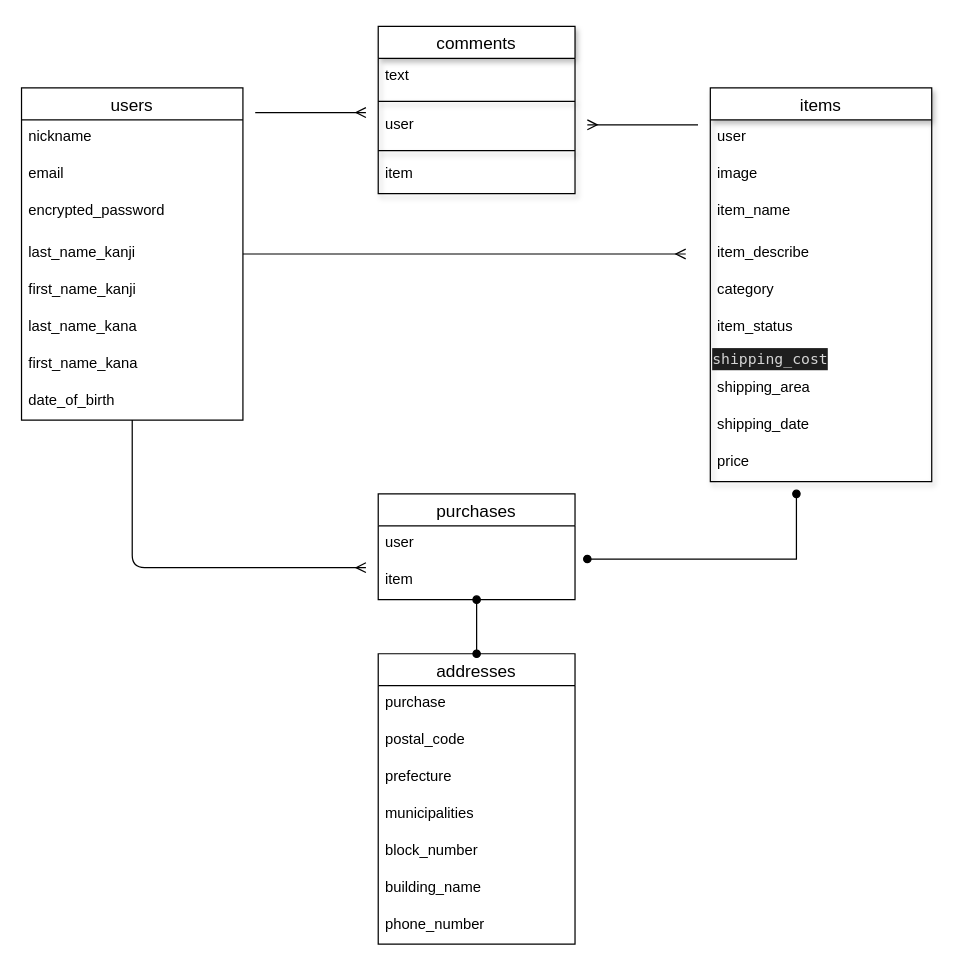
Earlier version of the draw.io diagram page "ページ1" (1 of 2) of furima.dio (taka-0713/furima-32616). Source tidied: cells renumbered, new cells numbered last; positions are measured from the earlier drawing's top-left corner, leaving out a move shared by most shapes. Both pictures are drawn from the tidied source at 123%, with x=0, y=0 at pixel (21, 26).
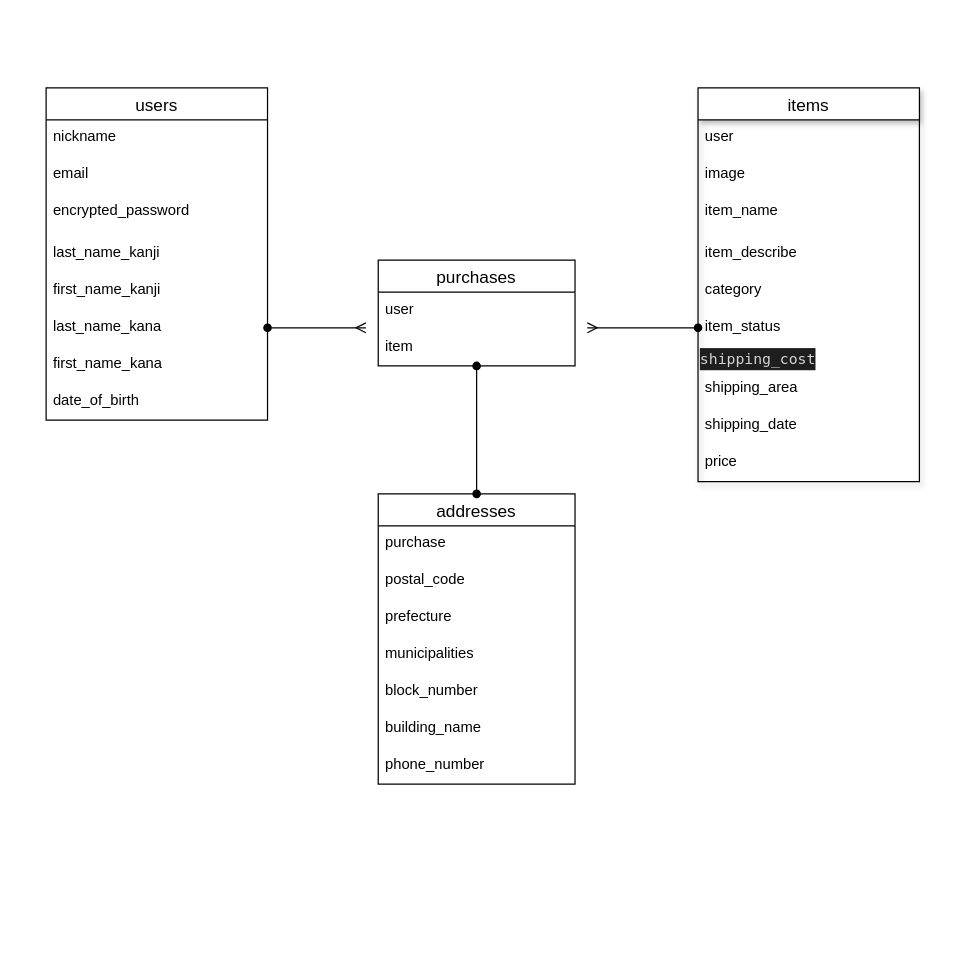
The same diagram, later.

Commit message (it also covers changes not shown here):
データベース設計(修正5回目)

The change refers to these unchanged cells:
```xml
<mxCell id="8" value="item_status" style="text;strokeColor=none;fillColor=none;spacingLeft=4;spacingRight=4;overflow=hidden;points=[[0,0.5],[1,0.5]];portConstraint=eastwest;fontSize=12;rounded=0;sketch=0;" parent="2" vertex="1">
  <mxGeometry y="180" width="180" height="30" as="geometry" />
</mxCell>
<mxCell id="22" value="last_name_kana" style="text;strokeColor=none;fillColor=none;spacingLeft=4;spacingRight=4;overflow=hidden;points=[[0,0.5],[1,0.5]];portConstraint=eastwest;fontSize=12;rounded=0;sketch=0;" parent="16" vertex="1">
  <mxGeometry y="180" width="180" height="30" as="geometry" />
</mxCell>
```

Diff of the diagram source:
```diff
@@
     <mxCell id="2" value="items" style="swimlane;fontStyle=0;horizontal=1;startSize=26;align=center;fontSize=14;shadow=1;" parent="1" vertex="1">
-      <mxGeometry x="560" y="50" width="180" height="320" as="geometry" />
+      <mxGeometry x="550" y="50" width="180" height="320" as="geometry" />
     </mxCell>
@@
-    <mxCell id="13" style="edgeStyle=orthogonalEdgeStyle;rounded=1;sketch=0;jettySize=auto;html=1;endArrow=ERmany;endFill=0;strokeWidth=1;" parent="1" edge="1" source="16">
-      <mxGeometry relative="1" as="geometry">
-        <mxPoint x="280" y="440" as="targetPoint" />
-        <Array as="points">
-          <mxPoint x="90" y="380" />
-          <mxPoint x="90" y="380" />
-        </Array>
-      </mxGeometry>
-    </mxCell>
-    <mxCell id="14" style="edgeStyle=none;rounded=0;orthogonalLoop=1;jettySize=auto;html=1;startArrow=none;startFill=0;endArrow=ERmany;endFill=0;" parent="1" edge="1">
-      <mxGeometry relative="1" as="geometry">
-        <mxPoint x="190" y="70" as="sourcePoint" />
-        <mxPoint x="280" y="70" as="targetPoint" />
-      </mxGeometry>
-    </mxCell>
-    <mxCell id="15" style="edgeStyle=none;rounded=0;jettySize=auto;html=1;startArrow=none;startFill=0;endArrow=ERmany;endFill=0;" parent="1" edge="1" source="16">
-      <mxGeometry relative="1" as="geometry">
-        <mxPoint x="540" y="185" as="targetPoint" />
-      </mxGeometry>
-    </mxCell>
     <mxCell id="16" value="users" style="swimlane;fontStyle=0;horizontal=1;startSize=26;align=center;fontSize=14;" parent="1" vertex="1">
-      <mxGeometry y="50" width="180" height="270" as="geometry" />
+      <mxGeometry x="20" y="50" width="180" height="270" as="geometry" />
     </mxCell>
@@
     <mxCell id="25" value="addresses" style="swimlane;fontStyle=0;horizontal=1;startSize=26;align=center;fontSize=14;rounded=0;sketch=0;" parent="1" vertex="1">
-      <mxGeometry x="290" y="510" width="160" height="236" as="geometry" />
+      <mxGeometry x="290" y="380" width="160" height="236" as="geometry" />
     </mxCell>
@@
-    <mxCell id="34" style="edgeStyle=none;rounded=0;orthogonalLoop=1;jettySize=auto;html=1;startArrow=oval;startFill=1;endArrow=oval;endFill=1;" parent="1" edge="1">
-      <mxGeometry relative="1" as="geometry">
-        <mxPoint x="460" y="433" as="sourcePoint" />
-        <mxPoint x="630" y="380" as="targetPoint" />
-        <Array as="points">
-          <mxPoint x="630" y="433" />
-        </Array>
-      </mxGeometry>
-    </mxCell>
     <mxCell id="35" value="purchases" style="swimlane;fontStyle=0;horizontal=1;startSize=26;align=center;fontSize=14;" parent="1" vertex="1">
-      <mxGeometry x="290" y="380" width="160" height="86" as="geometry" />
+      <mxGeometry x="290" y="190" width="160" height="86" as="geometry" />
     </mxCell>
@@
-    <mxCell id="38" style="edgeStyle=orthogonalEdgeStyle;rounded=0;orthogonalLoop=1;jettySize=auto;html=1;endArrow=ERmany;endFill=0;" parent="1" edge="1">
-      <mxGeometry relative="1" as="geometry">
-        <mxPoint x="550" y="80" as="sourcePoint" />
-        <mxPoint x="460" y="80" as="targetPoint" />
-      </mxGeometry>
-    </mxCell>
-    <mxCell id="39" value="comments" style="swimlane;fontStyle=0;horizontal=1;startSize=26;align=center;fontSize=14;rounded=0;shadow=1;sketch=0;" parent="1" vertex="1">
-      <mxGeometry x="290" width="160" height="136" as="geometry" />
-    </mxCell>
-    <mxCell id="40" value="text" style="text;strokeColor=none;fillColor=none;spacingLeft=4;spacingRight=4;overflow=hidden;fontSize=12;" parent="39" vertex="1">
-      <mxGeometry y="26" width="160" height="30" as="geometry" />
-    </mxCell>
-    <mxCell id="41" style="line;strokeWidth=1;dashed=0;labelPosition=right;align=left;verticalAlign=middle;spacingTop=0;spacingLeft=6;rounded=0;shadow=1;sketch=0;" parent="39" vertex="1">
-      <mxGeometry y="56" width="160" height="10" as="geometry" />
-    </mxCell>
-    <mxCell id="42" value="user" style="text;strokeColor=none;fillColor=none;spacingLeft=4;spacingRight=4;overflow=hidden;fontSize=12;" parent="39" vertex="1">
-      <mxGeometry y="66" width="160" height="30" as="geometry" />
-    </mxCell>
-    <mxCell id="43" style="line;strokeWidth=1;dashed=0;labelPosition=right;align=left;verticalAlign=middle;spacingTop=0;spacingLeft=6;rounded=0;shadow=1;sketch=0;" parent="39" vertex="1">
-      <mxGeometry y="96" width="160" height="10" as="geometry" />
-    </mxCell>
-    <mxCell id="44" value="item" style="text;strokeColor=none;fillColor=none;spacingLeft=4;spacingRight=4;overflow=hidden;fontSize=12;" parent="39" vertex="1">
-      <mxGeometry y="106" width="160" height="30" as="geometry" />
-    </mxCell>
+    <mxCell id="45" style="edgeStyle=none;rounded=0;jettySize=auto;html=1;startArrow=oval;startFill=1;endArrow=ERmany;endFill=0;" parent="1" edge="1" source="22">
+      <mxGeometry relative="1" as="geometry">
+        <mxPoint x="280" y="245" as="targetPoint" />
+      </mxGeometry>
+    </mxCell>
+    <mxCell id="46" style="edgeStyle=none;rounded=0;jettySize=auto;html=1;startArrow=oval;startFill=1;endArrow=ERmany;endFill=0;" parent="1" edge="1" source="8">
+      <mxGeometry relative="1" as="geometry">
+        <mxPoint x="460" y="245" as="targetPoint" />
+      </mxGeometry>
+    </mxCell>
```
